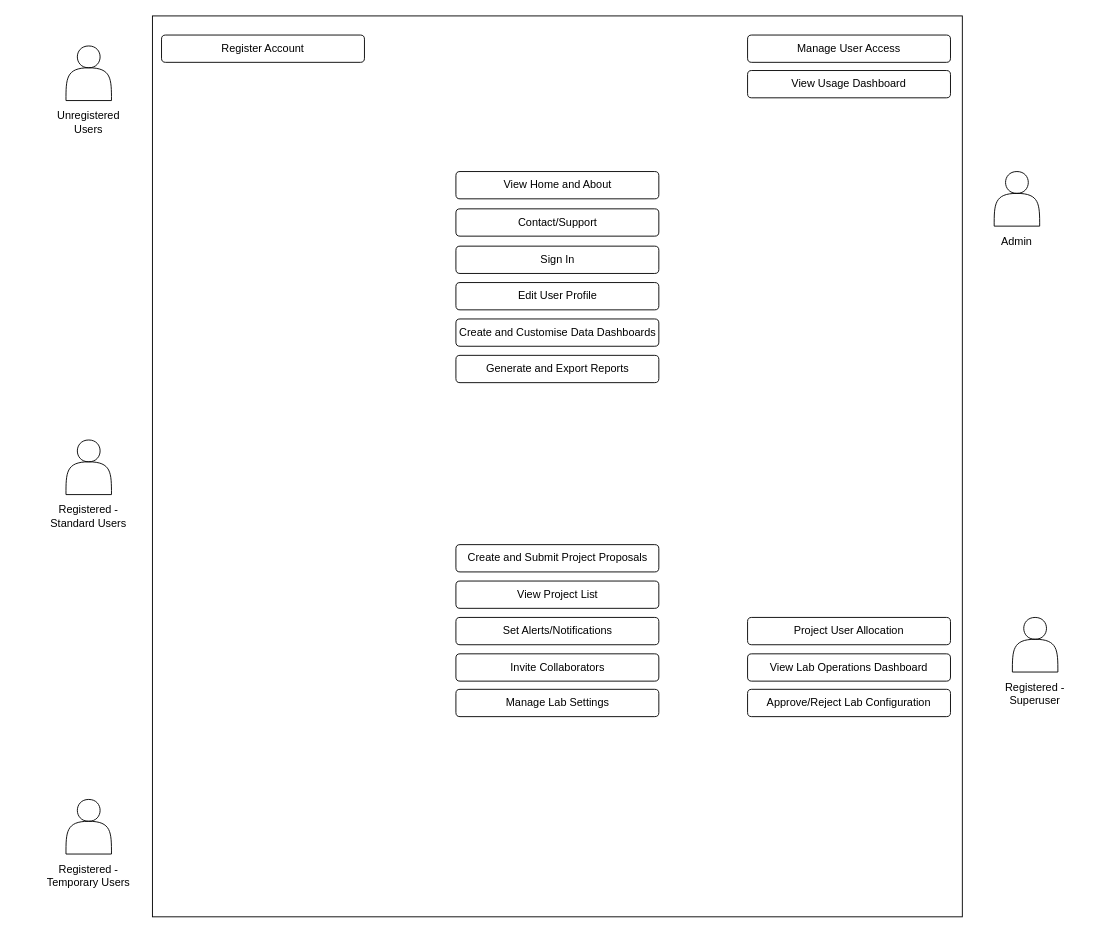
This is use_case_diagram_group6.drawio from UCLComputerScience/COMP0067_2025_Team6, a draw.io file, before an edit. Source tidied: cells renumbered, new cells numbered last; positions are measured from the earlier drawing's top-left corner, leaving out a move shared by most shapes. Both pictures are drawn from the tidied source at 91%, with x=0, y=0 at pixel (43, 15).
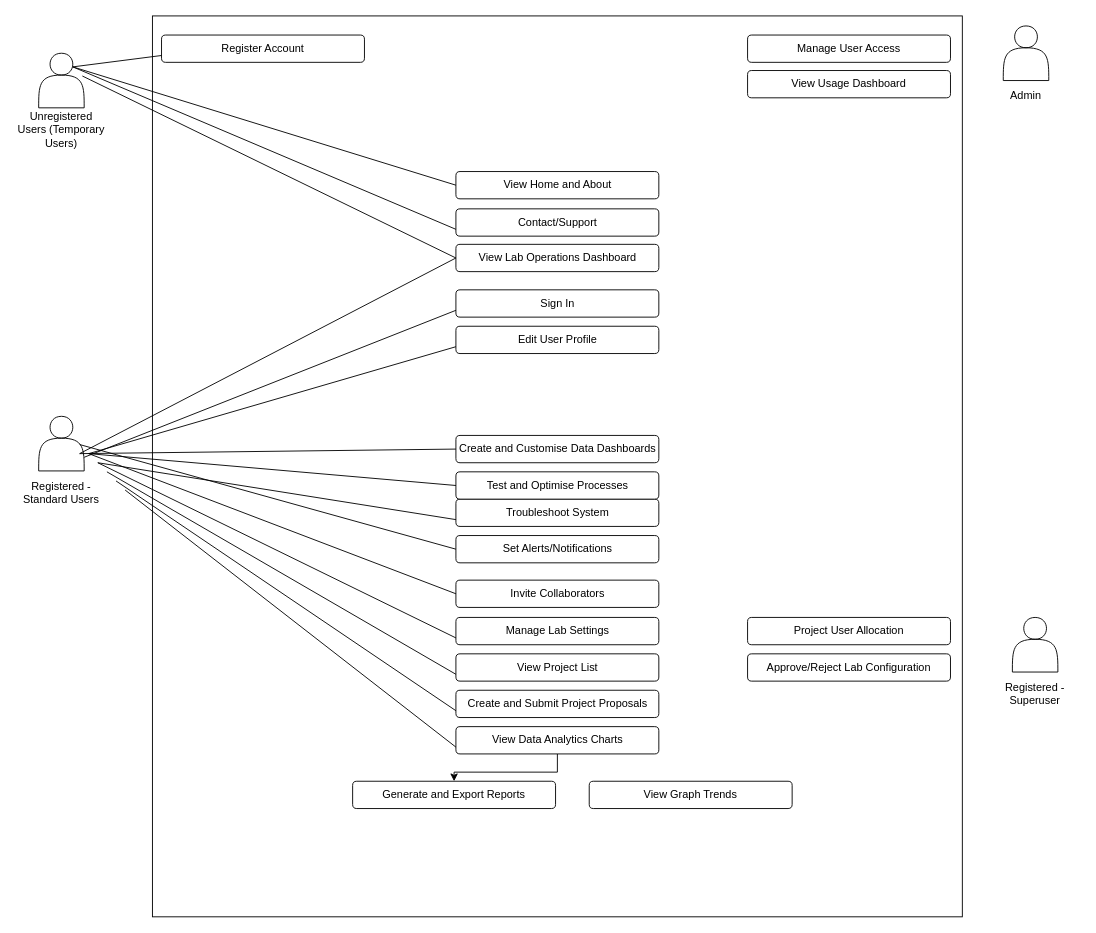
After the change.

Unchanged cells that the change refers to:
```xml
<mxCell id="4" value="Register Account" style="rounded=1;whiteSpace=wrap;html=1;" parent="1" vertex="1">
  <mxGeometry x="130" y="21" width="223" height="30" as="geometry" />
</mxCell>
<mxCell id="16" style="shape=actor;whiteSpace=wrap;html=1;" parent="15" vertex="1">
  <mxGeometry x="5" width="50" height="60" as="geometry" />
</mxCell>
<mxCell id="19" style="shape=actor;whiteSpace=wrap;html=1;" parent="18" vertex="1">
  <mxGeometry x="5" width="50" height="60" as="geometry" />
</mxCell>
<mxCell id="21" value="View Home and About" style="rounded=1;whiteSpace=wrap;html=1;" parent="1" vertex="1">
  <mxGeometry x="453.5" y="171" width="223" height="30" as="geometry" />
</mxCell>
<mxCell id="22" value="Contact/Support" style="rounded=1;whiteSpace=wrap;html=1;" parent="1" vertex="1">
  <mxGeometry x="453.5" y="212" width="223" height="30" as="geometry" />
</mxCell>
```

The edit, as a diff of the source:
```diff
@@
     <mxCell id="3" value="Sign In" style="rounded=1;whiteSpace=wrap;html=1;" parent="1" vertex="1">
-      <mxGeometry x="453.5" y="253" width="223" height="30" as="geometry" />
+      <mxGeometry x="453.5" y="301" width="223" height="30" as="geometry" />
     </mxCell>
@@
     <mxCell id="6" style="group;" parent="1" vertex="1">
-      <mxGeometry x="1040" y="171" width="60" height="92" as="geometry" />
+      <mxGeometry x="1050" y="11" width="60" height="92" as="geometry" />
     </mxCell>
@@
-    <mxCell id="9" style="group;" parent="1" vertex="1">
-      <mxGeometry x="20" y="861" width="60" height="110" as="geometry" />
-    </mxCell>
-    <mxCell id="10" style="shape=actor;whiteSpace=wrap;html=1;" parent="9" vertex="1">
-      <mxGeometry x="5" width="50" height="60" as="geometry" />
-    </mxCell>
-    <mxCell id="11" value="Registered - Temporary Users" style="text;html=1;align=center;verticalAlign=middle;whiteSpace=wrap;rounded=0;" parent="9" vertex="1">
-      <mxGeometry x="-20" y="60" width="100" height="48" as="geometry" />
-    </mxCell>
@@
     <mxCell id="15" style="group;" parent="1" vertex="1">
-      <mxGeometry x="20" y="466" width="60" height="110" as="geometry" />
+      <mxGeometry x="-10" y="440" width="60" height="110" as="geometry" />
     </mxCell>
@@
     <mxCell id="18" style="group;" parent="1" vertex="1">
-      <mxGeometry x="20" y="33" width="60" height="110" as="geometry" />
+      <mxGeometry x="-10" y="41" width="60" height="110" as="geometry" />
     </mxCell>
@@
-    <mxCell id="20" value="Unregistered Users" style="text;html=1;align=center;verticalAlign=middle;whiteSpace=wrap;rounded=0;" parent="18" vertex="1">
+    <mxCell id="20" value="Unregistered Users (Temporary Users)" style="text;html=1;align=center;verticalAlign=middle;whiteSpace=wrap;rounded=0;" parent="18" vertex="1">
       <mxGeometry x="-20" y="60" width="100" height="48" as="geometry" />
     </mxCell>
@@
     <mxCell id="23" value="Edit User Profile" style="rounded=1;whiteSpace=wrap;html=1;" parent="1" vertex="1">
-      <mxGeometry x="453.5" y="293" width="223" height="30" as="geometry" />
+      <mxGeometry x="453.5" y="341" width="223" height="30" as="geometry" />
     </mxCell>
     <mxCell id="24" value="Create and Customise Data Dashboards" style="rounded=1;whiteSpace=wrap;html=1;" parent="1" vertex="1">
-      <mxGeometry x="453.5" y="333" width="223" height="30" as="geometry" />
+      <mxGeometry x="453.5" y="461" width="223" height="30" as="geometry" />
     </mxCell>
@@
     <mxCell id="26" value="Create and Submit Project Proposals" style="rounded=1;whiteSpace=wrap;html=1;" parent="1" vertex="1">
-      <mxGeometry x="453.5" y="581" width="223" height="30" as="geometry" />
+      <mxGeometry x="453.5" y="741" width="223" height="30" as="geometry" />
     </mxCell>
     <mxCell id="27" value="Manage Lab Settings" style="rounded=1;whiteSpace=wrap;html=1;" parent="1" vertex="1">
-      <mxGeometry x="453.5" y="740" width="223" height="30" as="geometry" />
+      <mxGeometry x="453.5" y="661" width="223" height="30" as="geometry" />
     </mxCell>
     <mxCell id="28" value="Set Alerts/Notifications" style="rounded=1;whiteSpace=wrap;html=1;" parent="1" vertex="1">
-      <mxGeometry x="453.5" y="661" width="223" height="30" as="geometry" />
+      <mxGeometry x="453.5" y="571" width="223" height="30" as="geometry" />
     </mxCell>
     <mxCell id="29" value="Generate and Export Reports" style="rounded=1;whiteSpace=wrap;html=1;" parent="1" vertex="1">
-      <mxGeometry x="453.5" y="373" width="223" height="30" as="geometry" />
+      <mxGeometry x="340" y="841" width="223" height="30" as="geometry" />
     </mxCell>
     <mxCell id="30" value="Invite Collaborators" style="rounded=1;whiteSpace=wrap;html=1;" parent="1" vertex="1">
-      <mxGeometry x="453.5" y="701" width="223" height="30" as="geometry" />
+      <mxGeometry x="453.5" y="620" width="223" height="30" as="geometry" />
     </mxCell>
     <mxCell id="31" value="View Lab Operations Dashboard" style="rounded=1;whiteSpace=wrap;html=1;" parent="1" vertex="1">
-      <mxGeometry x="774" y="701" width="223" height="30" as="geometry" />
+      <mxGeometry x="453.5" y="251" width="223" height="30" as="geometry" />
     </mxCell>
     <mxCell id="32" value="Approve/Reject Lab Configuration" style="rounded=1;whiteSpace=wrap;html=1;" parent="1" vertex="1">
-      <mxGeometry x="774" y="740" width="223" height="30" as="geometry" />
+      <mxGeometry x="774" y="701" width="223" height="30" as="geometry" />
     </mxCell>
@@
     <mxCell id="34" value="View Project List" style="rounded=1;whiteSpace=wrap;html=1;" parent="1" vertex="1">
-      <mxGeometry x="453.5" y="621" width="223" height="30" as="geometry" />
+      <mxGeometry x="453.5" y="701" width="223" height="30" as="geometry" />
     </mxCell>
+    <mxCell id="35" value="Troubleshoot System" style="rounded=1;whiteSpace=wrap;html=1;" parent="1" vertex="1">
+      <mxGeometry x="453.5" y="531" width="223" height="30" as="geometry" />
+    </mxCell>
+    <mxCell id="36" value="Test and Optimise Processes" style="rounded=1;whiteSpace=wrap;html=1;" parent="1" vertex="1">
+      <mxGeometry x="453.5" y="501" width="223" height="30" as="geometry" />
+    </mxCell>
+    <mxCell id="37" style="edgeStyle=orthogonalEdgeStyle;rounded=0;jettySize=auto;html=1;exitX=0.5;exitY=1;exitDx=0;exitDy=0;" parent="1" edge="1" source="38" target="29">
+      <mxGeometry relative="1" as="geometry" />
+    </mxCell>
+    <mxCell id="38" value="View Data Analytics Charts" style="rounded=1;whiteSpace=wrap;html=1;" parent="1" vertex="1">
+      <mxGeometry x="453.5" y="781" width="223" height="30" as="geometry" />
+    </mxCell>
+    <mxCell id="39" value="View Graph Trends" style="rounded=1;whiteSpace=wrap;html=1;" parent="1" vertex="1">
+      <mxGeometry x="600" y="841" width="223" height="30" as="geometry" />
+    </mxCell>
+    <mxCell id="40" style="rounded=0;jettySize=auto;html=1;exitX=0.75;exitY=0.25;exitDx=0;exitDy=0;entryX=0;entryY=0.75;entryDx=0;entryDy=0;endArrow=none;startFill=0;exitPerimeter=0;" parent="1" edge="1" source="19" target="4">
+      <mxGeometry relative="1" as="geometry" />
+    </mxCell>
+    <mxCell id="41" style="rounded=0;jettySize=auto;html=1;entryX=0;entryY=0.5;entryDx=0;entryDy=0;endArrow=none;startFill=0;exitX=0.75;exitY=0.25;exitDx=0;exitDy=0;exitPerimeter=0;" parent="1" edge="1" source="19" target="21">
+      <mxGeometry relative="1" as="geometry" />
+    </mxCell>
+    <mxCell id="42" style="rounded=0;jettySize=auto;html=1;exitX=0.75;exitY=0.25;exitDx=0;exitDy=0;entryX=0;entryY=0.75;entryDx=0;entryDy=0;endArrow=none;startFill=0;exitPerimeter=0;" parent="1" edge="1" source="19" target="22">
+      <mxGeometry relative="1" as="geometry" />
+    </mxCell>
+    <mxCell id="43" style="rounded=0;jettySize=auto;html=1;exitX=1;exitY=0.75;exitDx=0;exitDy=0;entryX=0;entryY=0.75;entryDx=0;entryDy=0;endArrow=none;startFill=0;" parent="1" edge="1" source="16" target="3">
+      <mxGeometry relative="1" as="geometry" />
+    </mxCell>
+    <mxCell id="44" style="rounded=0;jettySize=auto;html=1;entryX=0;entryY=0.75;entryDx=0;entryDy=0;endArrow=none;startFill=0;" parent="1" edge="1" target="23">
+      <mxGeometry relative="1" as="geometry">
+        <mxPoint x="50" y="481" as="sourcePoint" />
+      </mxGeometry>
+    </mxCell>
+    <mxCell id="45" style="rounded=0;jettySize=auto;html=1;entryX=0;entryY=0.5;entryDx=0;entryDy=0;endArrow=none;startFill=0;" parent="1" edge="1" target="31">
+      <mxGeometry relative="1" as="geometry">
+        <mxPoint x="40" y="481" as="sourcePoint" />
+      </mxGeometry>
+    </mxCell>
+    <mxCell id="46" style="rounded=0;jettySize=auto;html=1;entryX=0;entryY=0.5;entryDx=0;entryDy=0;endArrow=none;startFill=0;" parent="1" edge="1" target="24">
+      <mxGeometry relative="1" as="geometry">
+        <mxPoint x="40" y="481" as="sourcePoint" />
+      </mxGeometry>
+    </mxCell>
+    <mxCell id="47" style="rounded=0;jettySize=auto;html=1;entryX=0;entryY=0.5;entryDx=0;entryDy=0;endArrow=none;startFill=0;" parent="1" edge="1" target="36">
+      <mxGeometry relative="1" as="geometry">
+        <mxPoint x="50" y="481" as="sourcePoint" />
+      </mxGeometry>
+    </mxCell>
+    <mxCell id="48" style="rounded=0;jettySize=auto;html=1;entryX=0;entryY=0.75;entryDx=0;entryDy=0;endArrow=none;startFill=0;" parent="1" edge="1" target="35">
+      <mxGeometry relative="1" as="geometry">
+        <mxPoint x="60" y="491" as="sourcePoint" />
+      </mxGeometry>
+    </mxCell>
+    <mxCell id="49" style="rounded=0;jettySize=auto;html=1;entryX=0;entryY=0.5;entryDx=0;entryDy=0;endArrow=none;startFill=0;" parent="1" edge="1" target="28">
+      <mxGeometry relative="1" as="geometry">
+        <mxPoint x="40" y="471" as="sourcePoint" />
+      </mxGeometry>
+    </mxCell>
+    <mxCell id="50" style="rounded=0;jettySize=auto;html=1;entryX=0;entryY=0.5;entryDx=0;entryDy=0;endArrow=none;startFill=0;" parent="1" edge="1" target="30">
+      <mxGeometry relative="1" as="geometry">
+        <mxPoint x="50" y="481" as="sourcePoint" />
+      </mxGeometry>
+    </mxCell>
+    <mxCell id="51" style="rounded=0;jettySize=auto;html=1;entryX=0;entryY=0.75;entryDx=0;entryDy=0;endArrow=none;startFill=0;" parent="1" edge="1" target="27">
+      <mxGeometry relative="1" as="geometry">
+        <mxPoint x="60" y="491" as="sourcePoint" />
+      </mxGeometry>
+    </mxCell>
+    <mxCell id="52" style="rounded=0;jettySize=auto;html=1;entryX=0;entryY=0.75;entryDx=0;entryDy=0;endArrow=none;startFill=0;" parent="1" edge="1" target="34">
+      <mxGeometry relative="1" as="geometry">
+        <mxPoint x="70" y="501" as="sourcePoint" />
+      </mxGeometry>
+    </mxCell>
+    <mxCell id="53" style="rounded=0;jettySize=auto;html=1;entryX=0;entryY=0.75;entryDx=0;entryDy=0;endArrow=none;startFill=0;" parent="1" edge="1" target="26">
+      <mxGeometry relative="1" as="geometry">
+        <mxPoint x="80" y="511" as="sourcePoint" />
+      </mxGeometry>
+    </mxCell>
+    <mxCell id="54" style="rounded=0;jettySize=auto;html=1;entryX=0;entryY=0.75;entryDx=0;entryDy=0;endArrow=none;startFill=0;" parent="1" edge="1" target="38">
+      <mxGeometry relative="1" as="geometry">
+        <mxPoint x="90" y="521" as="sourcePoint" />
+      </mxGeometry>
+    </mxCell>
+    <mxCell id="55" style="rounded=0;jettySize=auto;html=1;exitX=0.75;exitY=0.25;exitDx=0;exitDy=0;endArrow=none;startFill=0;exitPerimeter=0;entryX=0;entryY=0.5;entryDx=0;entryDy=0;" parent="1" edge="1" target="31">
+      <mxGeometry relative="1" as="geometry">
+        <mxPoint x="43" y="66" as="sourcePoint" />
+      </mxGeometry>
+    </mxCell>
```
